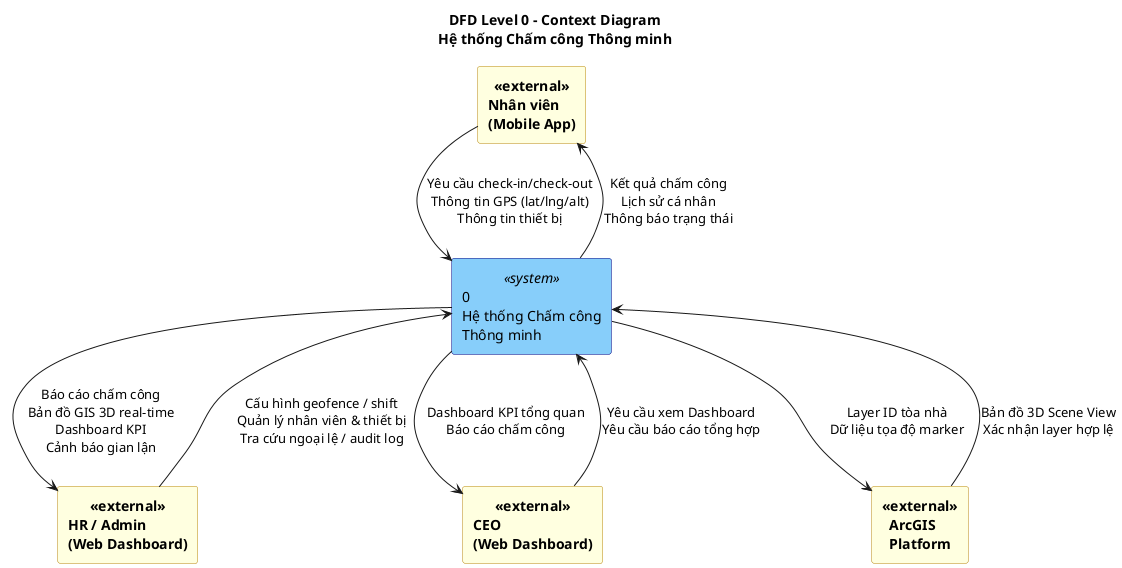
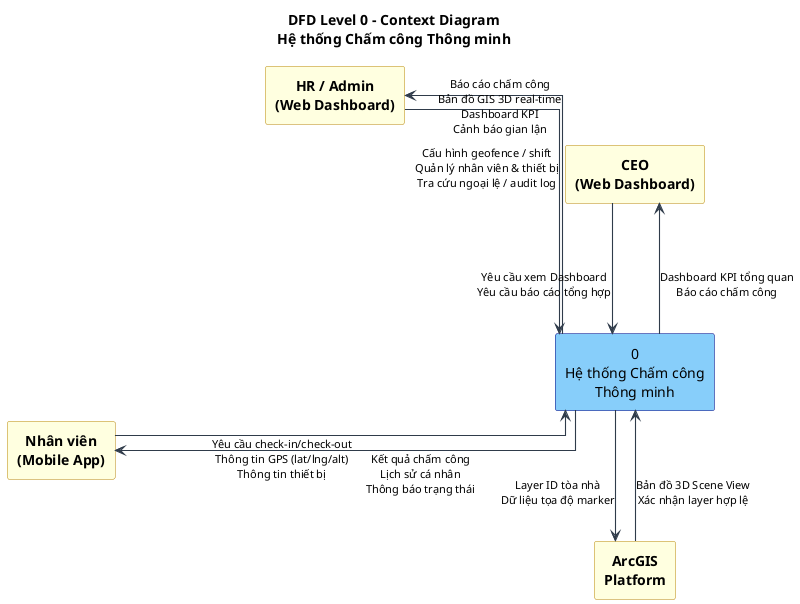
@startuml DFD_Level0_Context
title DFD Level 0 – Context Diagram\nHệ thống Chấm công Thông minh
+ 
+ ' ===== Layout & readability =====
+ left to right direction
+ skinparam Shadowing false
+ skinparam linetype ortho
+ skinparam defaultTextAlignment center
+ skinparam ArrowColor #2F3B4A
+ skinparam ArrowThickness 1.1
+ skinparam ArrowFontSize 11
+ skinparam nodesep 130
+ skinparam ranksep 150
+ hide stereotype

skinparam rectangle {
  BackgroundColor<<external>> LightYellow
  BorderColor<<external>> DarkGoldenRod
  FontStyle<<external>> Bold
}
skinparam rectangle {
  BackgroundColor<<system>> LightSkyBlue
  BorderColor<<system>> Navy
}

rectangle "Nhân viên\n(Mobile App)" <<external>> as NV
rectangle "HR / Admin\n(Web Dashboard)" <<external>> as HR
rectangle "CEO\n(Web Dashboard)" <<external>> as CEO
rectangle "ArcGIS\nPlatform" <<external>> as ARCGIS

rectangle "0\nHệ thống Chấm công\nThông minh" <<system>> as SYS

- NV --> SYS : Yêu cầu check-in/check-out\nThông tin GPS (lat/lng/alt)\nThông tin thiết bị
- SYS --> NV : Kết quả chấm công\nLịch sử cá nhân\nThông báo trạng thái
+ ' ===== Position anchors (for cleaner layout) =====
+ NV -[hidden]down-> HR
+ HR -[hidden]down-> CEO
+ NV -[hidden]right-> SYS
+ SYS -[hidden]right-> ARCGIS

- HR --> SYS : Cấu hình geofence / shift\nQuản lý nhân viên & thiết bị\nTra cứu ngoại lệ / audit log
- SYS --> HR : Báo cáo chấm công\nBản đồ GIS 3D real-time\nDashboard KPI\nCảnh báo gian lận
+ NV -right-> SYS : Yêu cầu check-in/check-out\nThông tin GPS (lat/lng/alt)\nThông tin thiết bị
+ SYS -left-> NV : Kết quả chấm công\nLịch sử cá nhân\nThông báo trạng thái

- CEO --> SYS : Yêu cầu xem Dashboard\nYêu cầu báo cáo tổng hợp
- SYS --> CEO : Dashboard KPI tổng quan\nBáo cáo chấm công
+ HR -right-> SYS : Cấu hình geofence / shift\nQuản lý nhân viên & thiết bị\nTra cứu ngoại lệ / audit log
+ SYS -left-> HR : Báo cáo chấm công\nBản đồ GIS 3D real-time\nDashboard KPI\nCảnh báo gian lận

- SYS --> ARCGIS : Layer ID tòa nhà\nDữ liệu tọa độ marker
- ARCGIS --> SYS : Bản đồ 3D Scene View\nXác nhận layer hợp lệ
+ CEO -right-> SYS : Yêu cầu xem Dashboard\nYêu cầu báo cáo tổng hợp
+ SYS -left-> CEO : Dashboard KPI tổng quan\nBáo cáo chấm công
+ 
+ SYS -right-> ARCGIS : Layer ID tòa nhà\nDữ liệu tọa độ marker
+ ARCGIS -left-> SYS : Bản đồ 3D Scene View\nXác nhận layer hợp lệ

@enduml
